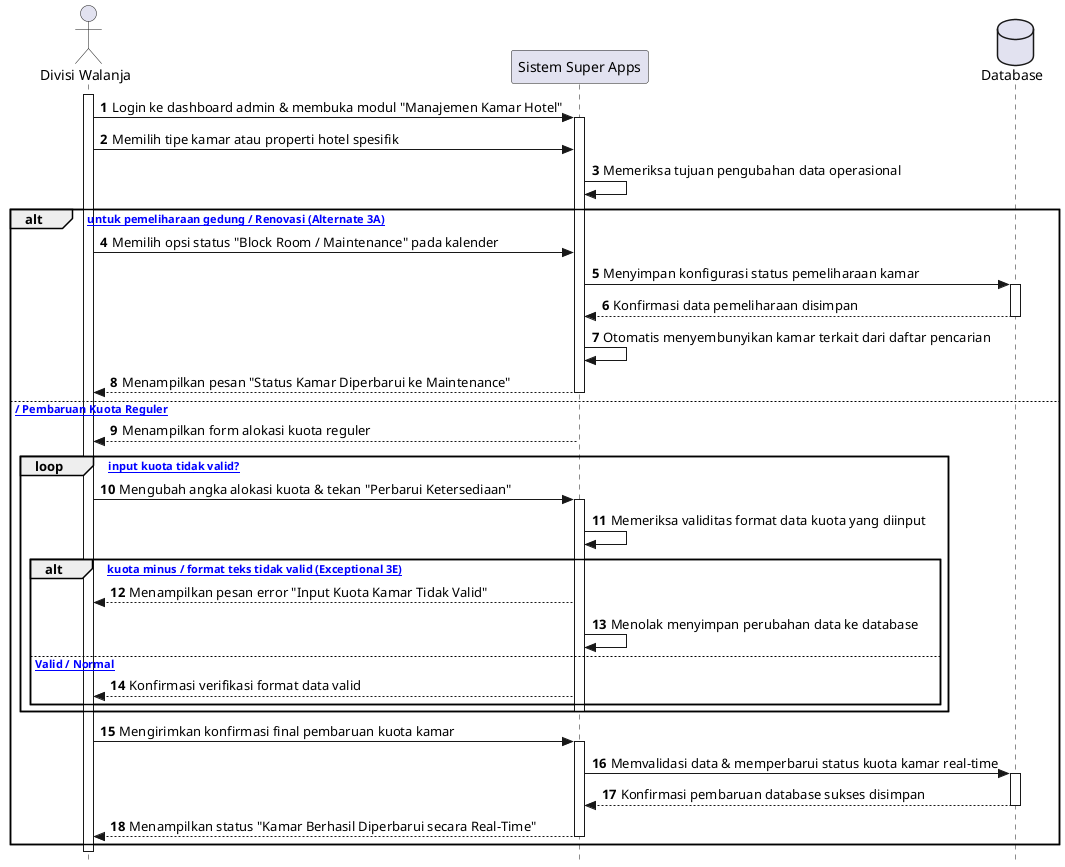
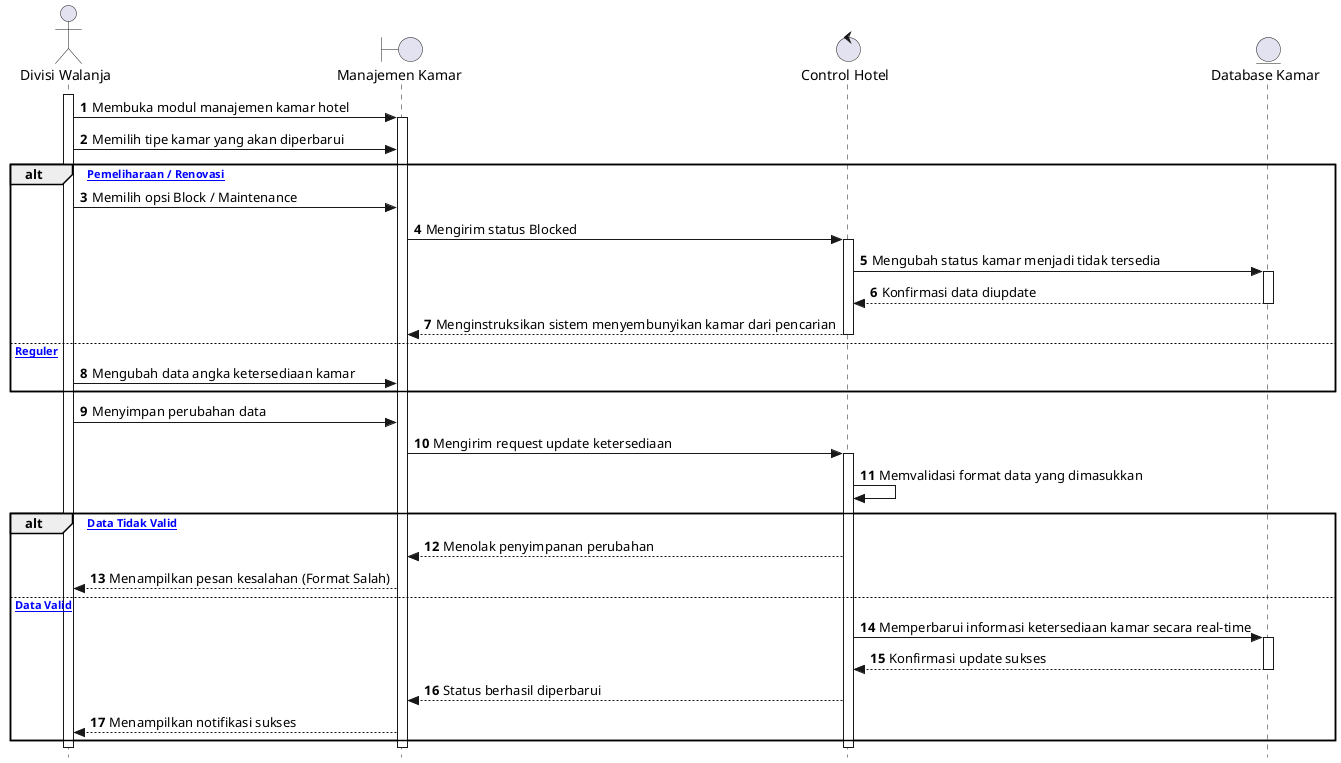
@startuml
autonumber
skinparam style strictuml

actor "Divisi Walanja" as Walanja
- participant "Sistem Super Apps" as App
- database "Database" as DB
+ boundary "Manajemen Kamar" as Form
+ control "Control Hotel" as Ctrl
+ entity "Database Kamar" as DB

activate Walanja
- Walanja -> App: Login ke dashboard admin & membuka modul "Manajemen Kamar Hotel"
- activate App
- Walanja -> App: Memilih tipe kamar atau properti hotel spesifik
- App -> App: Memeriksa tujuan pengubahan data operasional
+ Walanja -> Form: Membuka modul manajemen kamar hotel
+ activate Form
+ Walanja -> Form: Memilih tipe kamar yang akan diperbarui

- alt [Tujuan untuk pemeliharaan gedung / Renovasi (Alternate 3A)]
-     Walanja -> App: Memilih opsi status "Block Room / Maintenance" pada kalender
-     App -> DB: Menyimpan konfigurasi status pemeliharaan kamar
+ alt [Tujuan Pemeliharaan / Renovasi]
+     Walanja -> Form: Memilih opsi Block / Maintenance
+     Form -> Ctrl: Mengirim status Blocked
+     activate Ctrl
+     Ctrl -> DB: Mengubah status kamar menjadi tidak tersedia
    activate DB
-     DB --> App: Konfirmasi data pemeliharaan disimpan
+     DB --> Ctrl: Konfirmasi data diupdate
    deactivate DB
-     App -> App: Otomatis menyembunyikan kamar terkait dari daftar pencarian
-     App --> Walanja: Menampilkan pesan "Status Kamar Diperbarui ke Maintenance"
-     deactivate App
- else [Tidak / Pembaruan Kuota Reguler]
-     App --> Walanja: Menampilkan form alokasi kuota reguler
-     deactivate App
- 
-     loop [Apakah input kuota tidak valid?]
-         Walanja -> App: Mengubah angka alokasi kuota & tekan "Perbarui Ketersediaan"
-         activate App
-         App -> App: Memeriksa validitas format data kuota yang diinput
- 
-         alt [Nilai kuota minus / format teks tidak valid (Exceptional 3E)]
-             App --> Walanja: Menampilkan pesan error "Input Kuota Kamar Tidak Valid"
-             App -> App: Menolak menyimpan perubahan data ke database
-         else [Input Valid / Normal]
-             App --> Walanja: Konfirmasi verifikasi format data valid
-         end
-         deactivate App
-     end
- 
-     Walanja -> App: Mengirimkan konfirmasi final pembaruan kuota kamar
-     activate App
-     App -> DB: Memvalidasi data & memperbarui status kuota kamar real-time
-     activate DB
-     DB --> App: Konfirmasi pembaruan database sukses disimpan
-     deactivate DB
-     App --> Walanja: Menampilkan status "Kamar Berhasil Diperbarui secara Real-Time"
-     deactivate App
+     Ctrl --> Form: Menginstruksikan sistem menyembunyikan kamar dari pencarian
+     deactivate Ctrl
+ else [Reguler]
+     Walanja -> Form: Mengubah data angka ketersediaan kamar
end

+ Walanja -> Form: Menyimpan perubahan data
+ Form -> Ctrl: Mengirim request update ketersediaan
+ activate Ctrl
+ Ctrl -> Ctrl: Memvalidasi format data yang dimasukkan
+ 
+ alt [Format Data Tidak Valid]
+     Ctrl --> Form: Menolak penyimpanan perubahan
+     Form --> Walanja: Menampilkan pesan kesalahan (Format Salah)
+ else [Format Data Valid]
+     Ctrl -> DB: Memperbarui informasi ketersediaan kamar secara real-time
+     activate DB
+     DB --> Ctrl: Konfirmasi update sukses
+     deactivate DB
+     Ctrl --> Form: Status berhasil diperbarui
+     Form --> Walanja: Menampilkan notifikasi sukses
+ end
+ 
+ deactivate Ctrl
+ deactivate Form
deactivate Walanja
@enduml